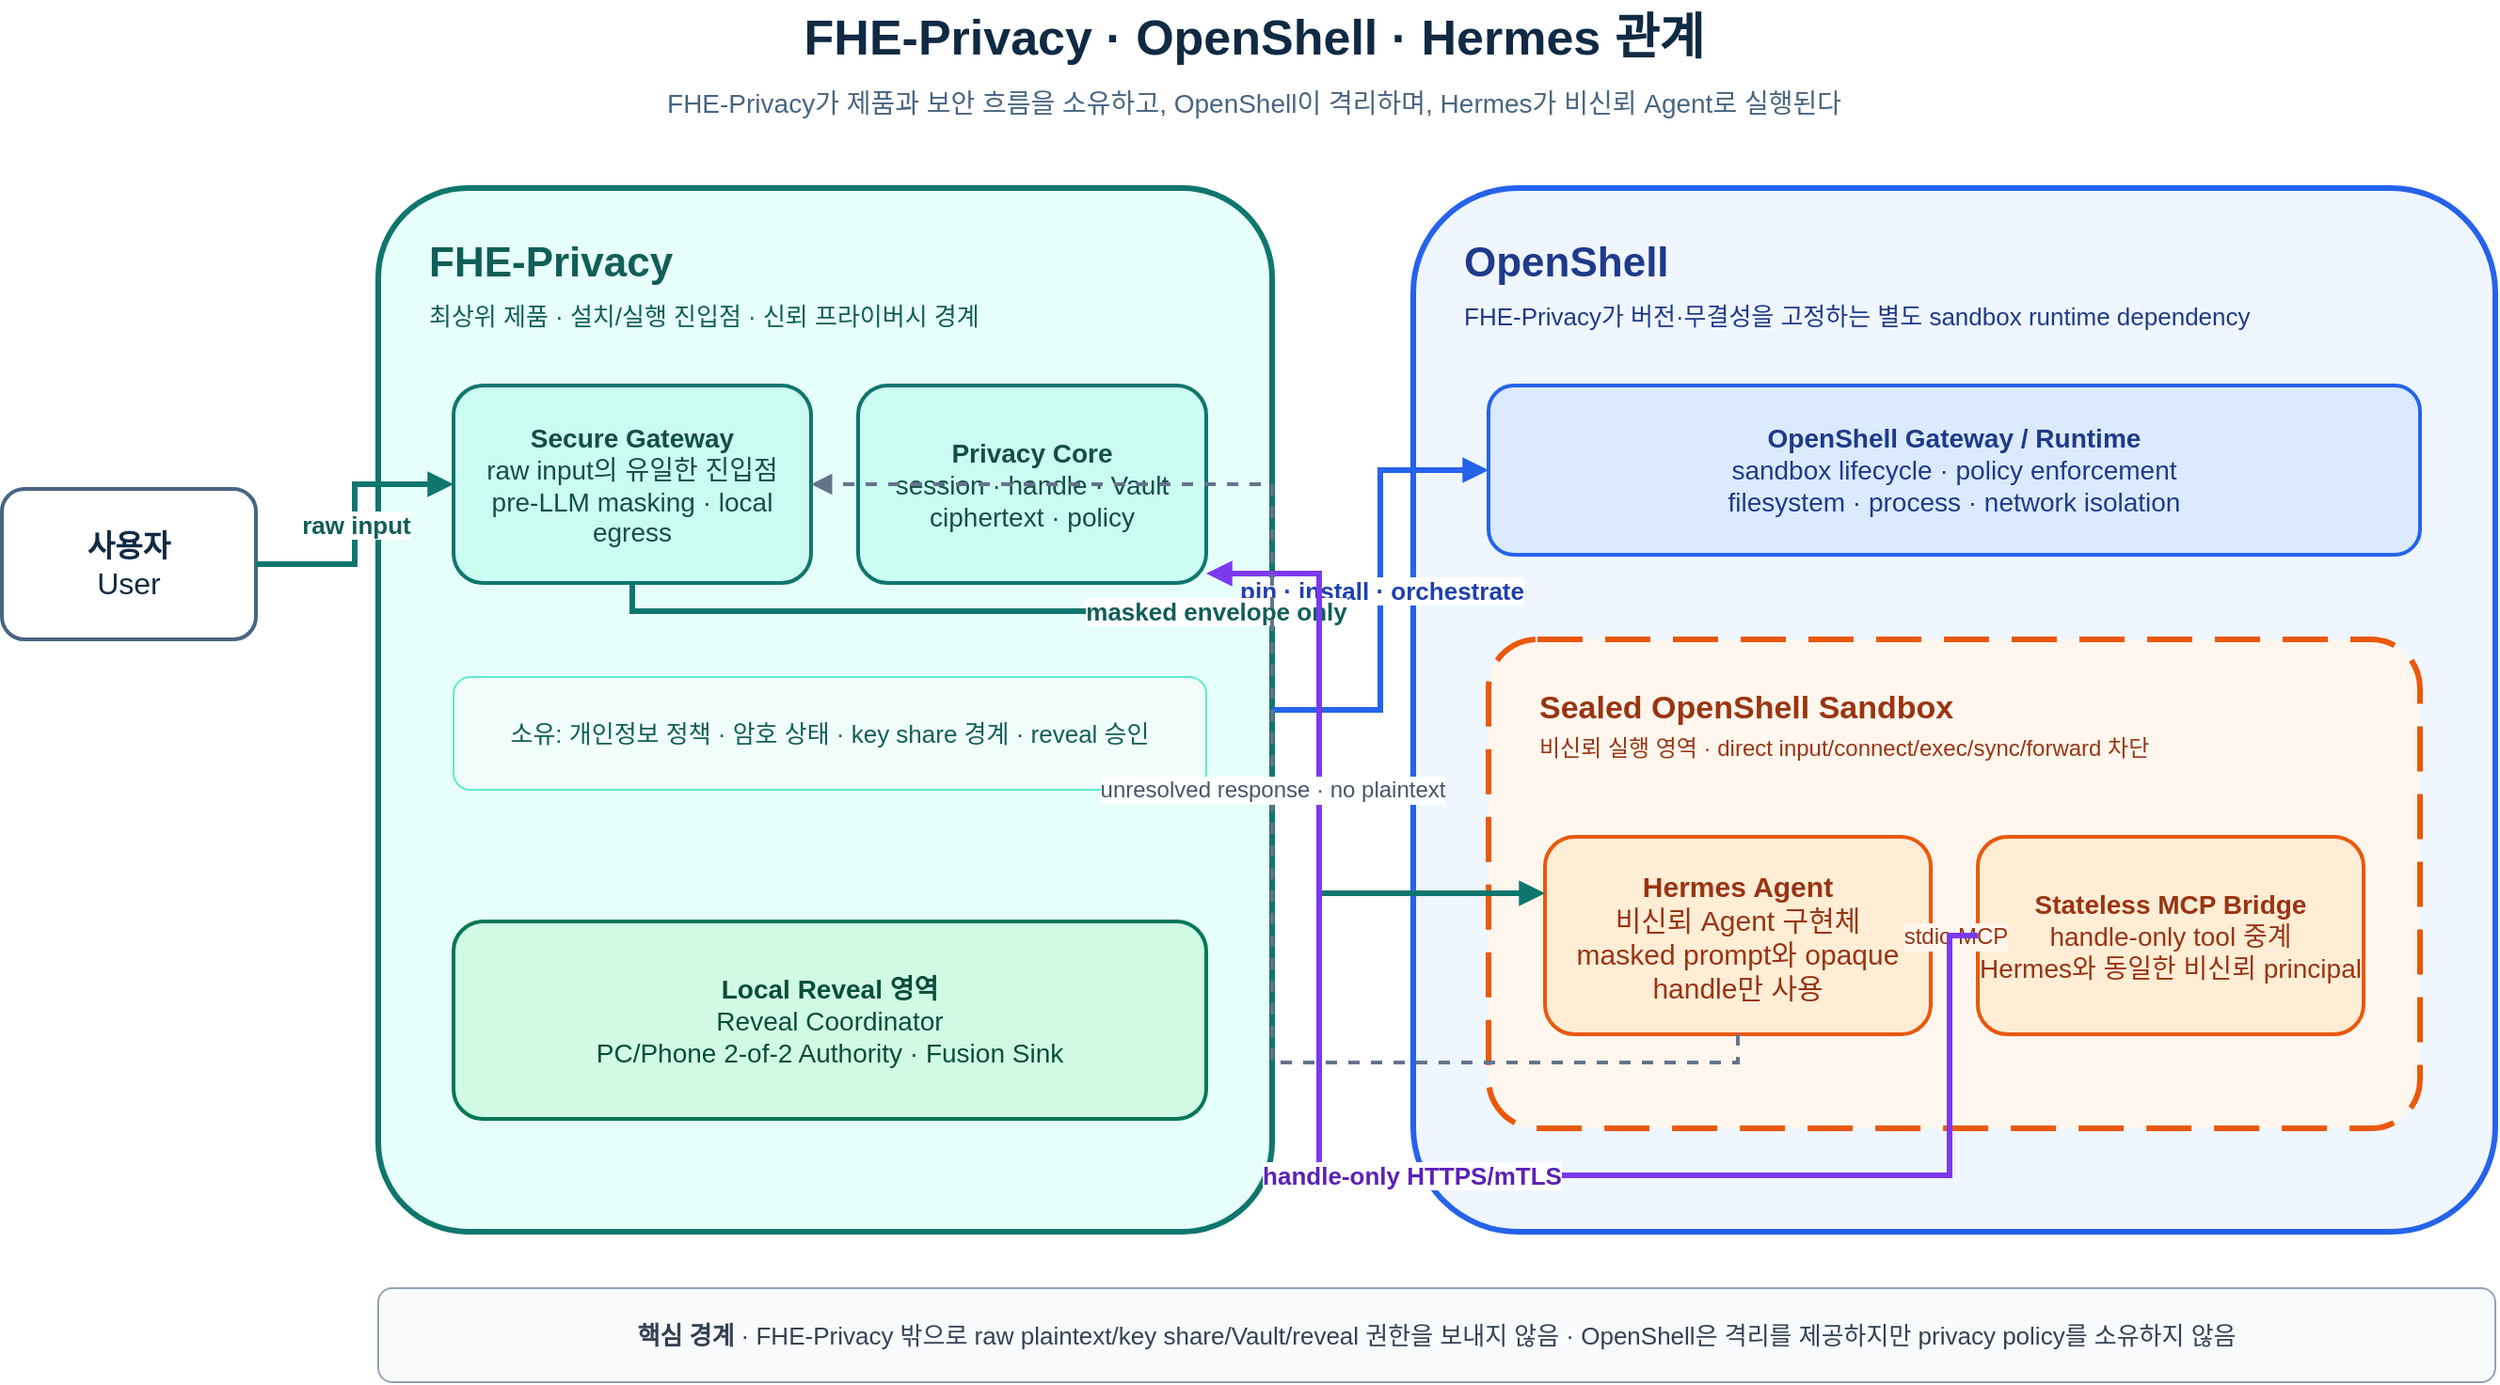
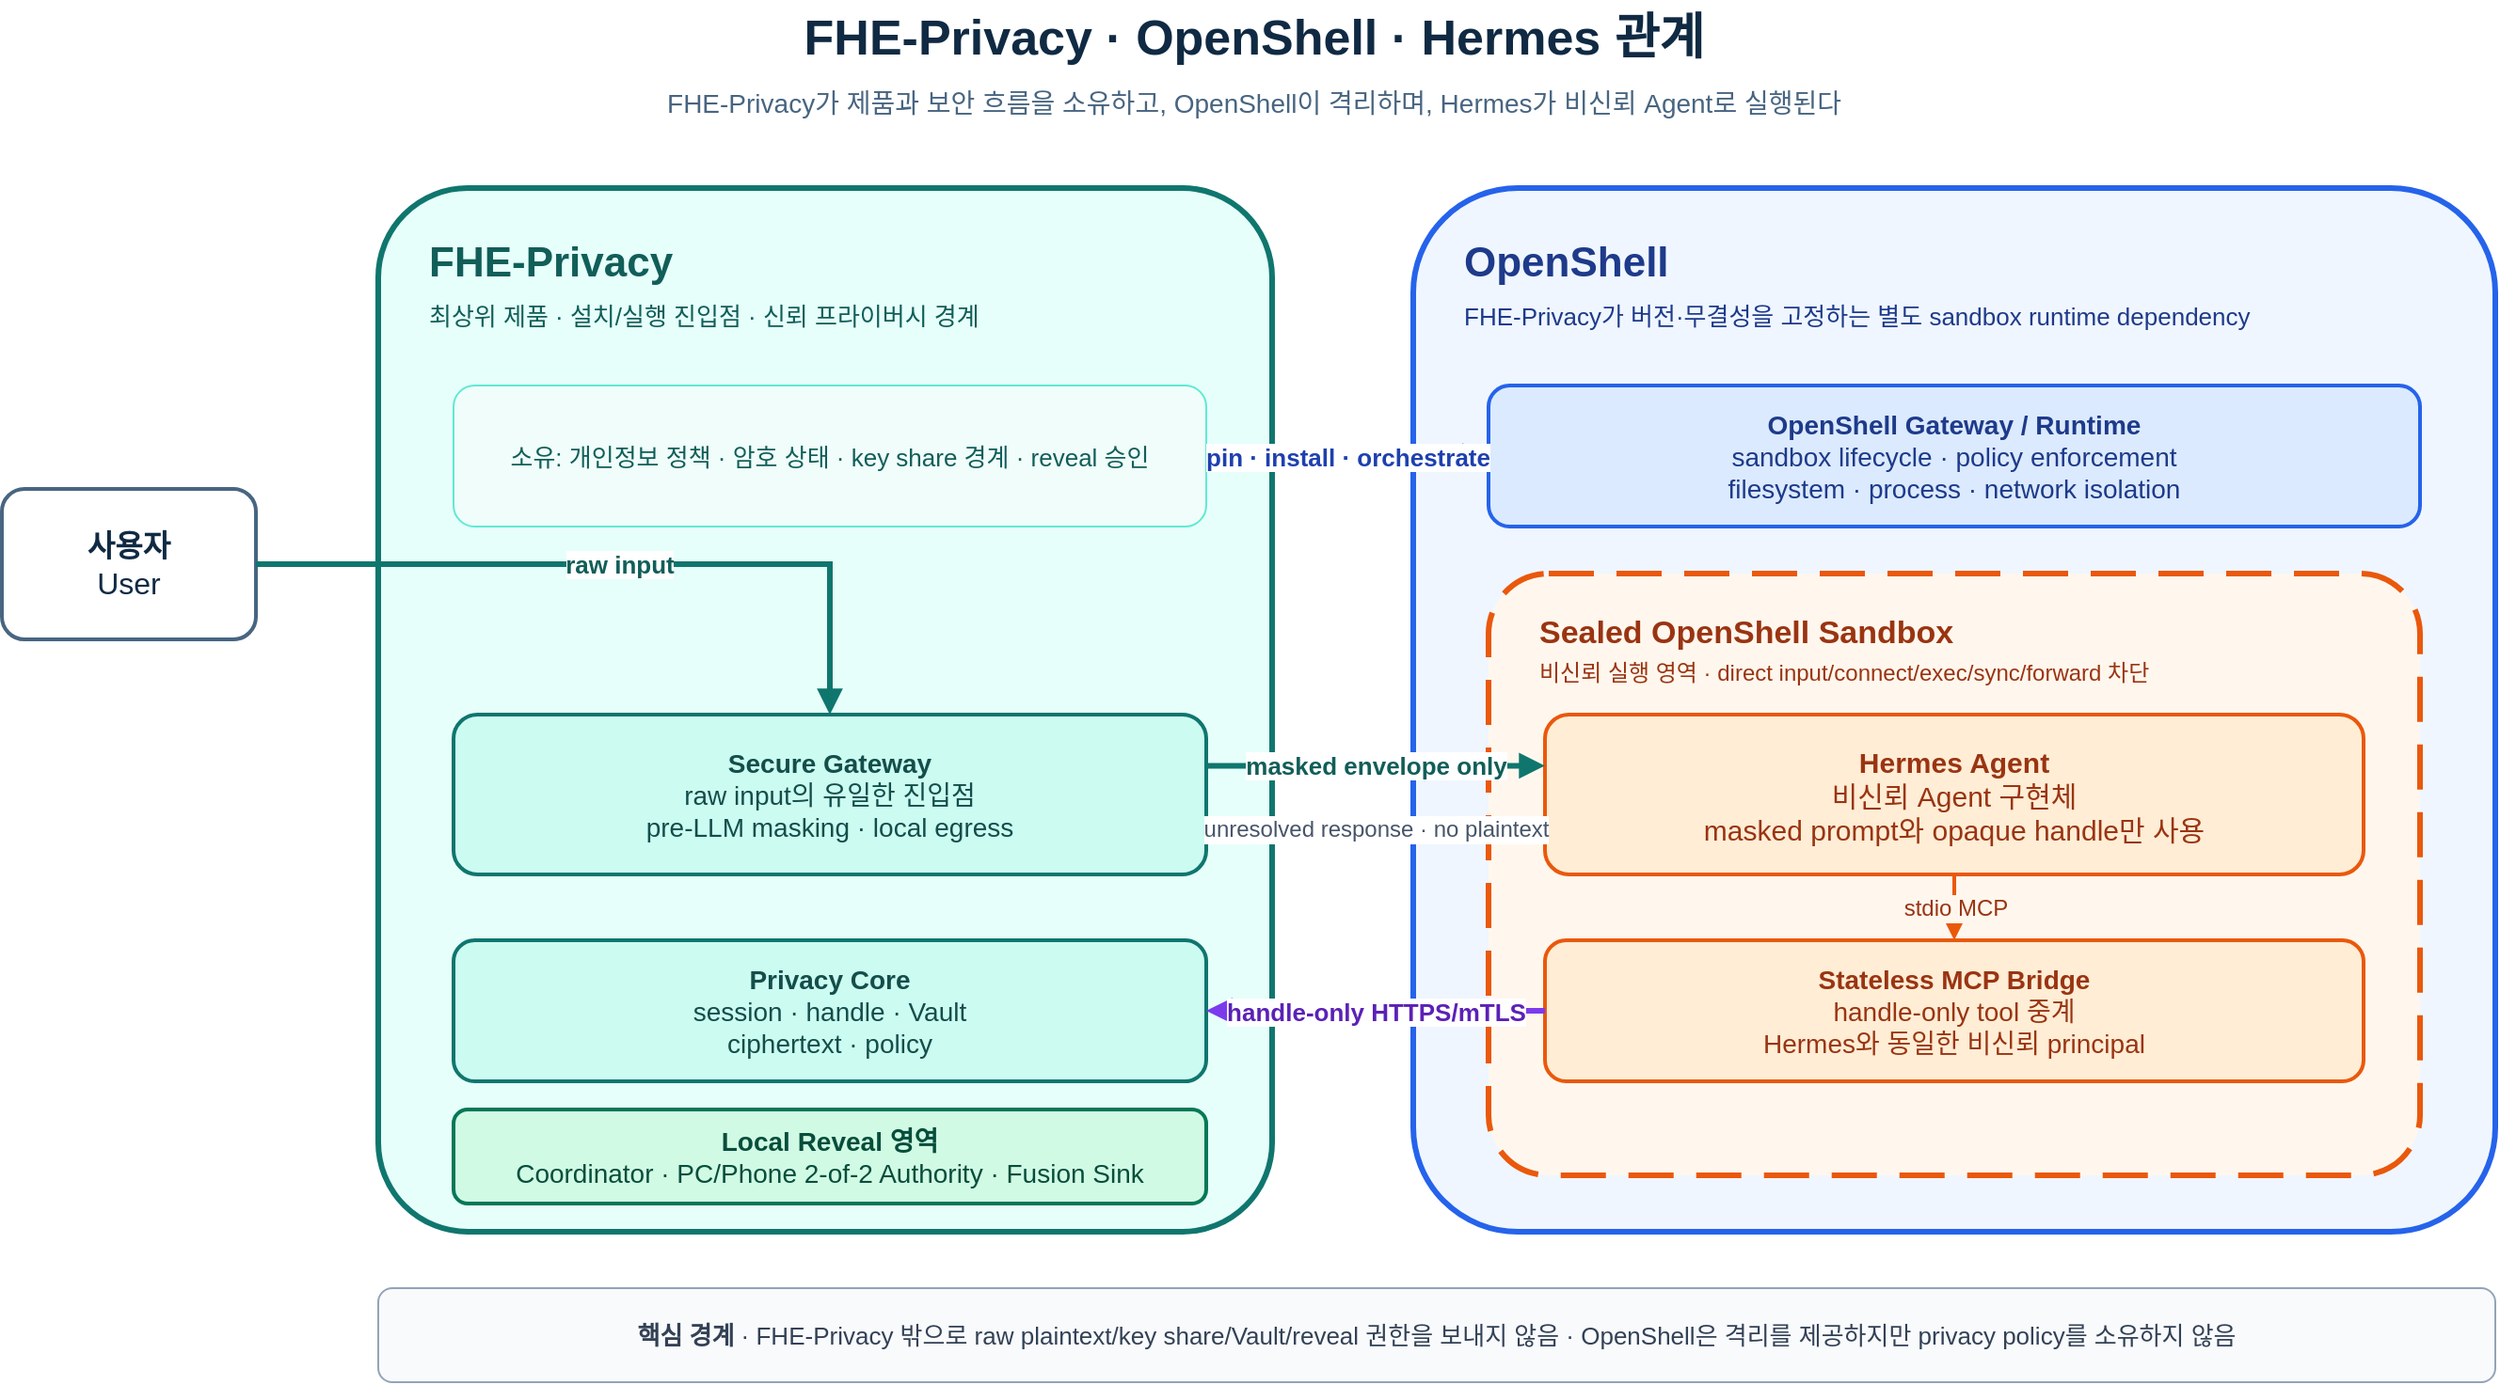
<mxfile host="app.diagrams.net" modified="2026-07-14T00:00:00.000Z" agent="Codex" version="24.7.17">
  <diagram id="product-runtime-relationship" name="Product Runtime Relationship">
    <mxGraphModel dx="1422" dy="794" grid="1" gridSize="10" guides="1" tooltips="1" connect="1" arrows="1" fold="1" page="1" pageScale="1" pageWidth="1400" pageHeight="800" math="0" shadow="0">
      <root>
        <mxCell id="0" />
        <mxCell id="1" parent="0" />

        <mxCell id="title" value="FHE-Privacy · OpenShell · Hermes 관계" style="text;html=1;strokeColor=none;fillColor=none;align=center;verticalAlign=middle;fontSize=26;fontStyle=1;fontColor=#102A43;" vertex="1" parent="1">
          <mxGeometry x="260" y="25" width="880" height="40" as="geometry" />
        </mxCell>
        <mxCell id="subtitle" value="FHE-Privacy가 제품과 보안 흐름을 소유하고, OpenShell이 격리하며, Hermes가 비신뢰 Agent로 실행된다" style="text;html=1;strokeColor=none;fillColor=none;align=center;verticalAlign=middle;fontSize=14;fontColor=#486581;" vertex="1" parent="1">
          <mxGeometry x="230" y="65" width="940" height="30" as="geometry" />
        </mxCell>

        <mxCell id="user" value="&lt;b&gt;사용자&lt;/b&gt;&lt;br&gt;User" style="rounded=1;whiteSpace=wrap;html=1;fillColor=#FFFFFF;strokeColor=#486581;strokeWidth=2;fontSize=16;fontColor=#102A43;" vertex="1" parent="1">
          <mxGeometry x="35" y="285" width="135" height="80" as="geometry" />
        </mxCell>

        <mxCell id="fhe_boundary" value="" style="rounded=1;whiteSpace=wrap;html=1;fillColor=#E6FFFA;strokeColor=#0F766E;strokeWidth=3;dashed=0;arcSize=10;" vertex="1" parent="1">
          <mxGeometry x="235" y="125" width="475" height="555" as="geometry" />
        </mxCell>
        <mxCell id="fhe_title" value="&lt;b&gt;FHE-Privacy&lt;/b&gt;&lt;br&gt;&lt;font style=&quot;font-size: 13px;&quot;&gt;최상위 제품 · 설치/실행 진입점 · 신뢰 프라이버시 경계&lt;/font&gt;" style="text;html=1;strokeColor=none;fillColor=none;align=left;verticalAlign=top;fontSize=22;fontColor=#115E59;" vertex="1" parent="1">
          <mxGeometry x="260" y="145" width="425" height="60" as="geometry" />
        </mxCell>
        <mxCell id="gateway" value="&lt;b&gt;Secure Gateway&lt;/b&gt;&lt;br&gt;raw input의 유일한 진입점&lt;br&gt;pre-LLM masking · local egress" style="rounded=1;whiteSpace=wrap;html=1;fillColor=#CCFBF1;strokeColor=#0F766E;strokeWidth=2;fontSize=14;fontColor=#134E4A;" vertex="1" parent="1">
-           <mxGeometry x="275" y="230" width="190" height="105" as="geometry" />
+           <mxGeometry x="275" y="405" width="400" height="85" as="geometry" />
        </mxCell>
        <mxCell id="core" value="&lt;b&gt;Privacy Core&lt;/b&gt;&lt;br&gt;session · handle · Vault&lt;br&gt;ciphertext · policy" style="rounded=1;whiteSpace=wrap;html=1;fillColor=#CCFBF1;strokeColor=#0F766E;strokeWidth=2;fontSize=14;fontColor=#134E4A;" vertex="1" parent="1">
-           <mxGeometry x="490" y="230" width="185" height="105" as="geometry" />
+           <mxGeometry x="275" y="525" width="400" height="75" as="geometry" />
        </mxCell>
-         <mxCell id="reveal" value="&lt;b&gt;Local Reveal 영역&lt;/b&gt;&lt;br&gt;Reveal Coordinator&lt;br&gt;PC/Phone 2-of-2 Authority · Fusion Sink" style="rounded=1;whiteSpace=wrap;html=1;fillColor=#D1FAE5;strokeColor=#047857;strokeWidth=2;fontSize=14;fontColor=#064E3B;" vertex="1" parent="1">
-           <mxGeometry x="275" y="515" width="400" height="105" as="geometry" />
+         <mxCell id="reveal" value="&lt;b&gt;Local Reveal 영역&lt;/b&gt;&lt;br&gt;Coordinator · PC/Phone 2-of-2 Authority · Fusion Sink" style="rounded=1;whiteSpace=wrap;html=1;fillColor=#D1FAE5;strokeColor=#047857;strokeWidth=2;fontSize=14;fontColor=#064E3B;" vertex="1" parent="1">
+           <mxGeometry x="275" y="615" width="400" height="50" as="geometry" />
        </mxCell>
        <mxCell id="fhe_owns" value="소유: 개인정보 정책 · 암호 상태 · key share 경계 · reveal 승인" style="rounded=1;whiteSpace=wrap;html=1;fillColor=#F0FDFA;strokeColor=#5EEAD4;strokeWidth=1;fontSize=13;fontColor=#115E59;align=center;" vertex="1" parent="1">
-           <mxGeometry x="275" y="385" width="400" height="60" as="geometry" />
+           <mxGeometry x="275" y="230" width="400" height="75" as="geometry" />
        </mxCell>

        <mxCell id="openshell_boundary" value="" style="rounded=1;whiteSpace=wrap;html=1;fillColor=#EFF6FF;strokeColor=#2563EB;strokeWidth=3;arcSize=10;" vertex="1" parent="1">
          <mxGeometry x="785" y="125" width="575" height="555" as="geometry" />
        </mxCell>
        <mxCell id="openshell_title" value="&lt;b&gt;OpenShell&lt;/b&gt;&lt;br&gt;&lt;font style=&quot;font-size: 13px;&quot;&gt;FHE-Privacy가 버전·무결성을 고정하는 별도 sandbox runtime dependency&lt;/font&gt;" style="text;html=1;strokeColor=none;fillColor=none;align=left;verticalAlign=top;fontSize=22;fontColor=#1E3A8A;" vertex="1" parent="1">
          <mxGeometry x="810" y="145" width="520" height="60" as="geometry" />
        </mxCell>
        <mxCell id="openshell_gateway" value="&lt;b&gt;OpenShell Gateway / Runtime&lt;/b&gt;&lt;br&gt;sandbox lifecycle · policy enforcement&lt;br&gt;filesystem · process · network isolation" style="rounded=1;whiteSpace=wrap;html=1;fillColor=#DBEAFE;strokeColor=#2563EB;strokeWidth=2;fontSize=14;fontColor=#1E3A8A;" vertex="1" parent="1">
-           <mxGeometry x="825" y="230" width="495" height="90" as="geometry" />
+           <mxGeometry x="825" y="230" width="495" height="75" as="geometry" />
        </mxCell>

        <mxCell id="sandbox_boundary" value="" style="rounded=1;whiteSpace=wrap;html=1;fillColor=#FFF7ED;strokeColor=#EA580C;strokeWidth=3;dashed=1;dashPattern=8 4;arcSize=10;" vertex="1" parent="1">
-           <mxGeometry x="825" y="365" width="495" height="260" as="geometry" />
+           <mxGeometry x="825" y="330" width="495" height="320" as="geometry" />
        </mxCell>
        <mxCell id="sandbox_title" value="&lt;b&gt;Sealed OpenShell Sandbox&lt;/b&gt;&lt;br&gt;&lt;font style=&quot;font-size: 12px;&quot;&gt;비신뢰 실행 영역 · direct input/connect/exec/sync/forward 차단&lt;/font&gt;" style="text;html=1;strokeColor=none;fillColor=none;align=left;verticalAlign=top;fontSize=17;fontColor=#9A3412;" vertex="1" parent="1">
-           <mxGeometry x="850" y="385" width="445" height="55" as="geometry" />
+           <mxGeometry x="850" y="345" width="445" height="45" as="geometry" />
        </mxCell>
        <mxCell id="hermes" value="&lt;b&gt;Hermes Agent&lt;/b&gt;&lt;br&gt;비신뢰 Agent 구현체&lt;br&gt;masked prompt와 opaque handle만 사용" style="rounded=1;whiteSpace=wrap;html=1;fillColor=#FFEDD5;strokeColor=#EA580C;strokeWidth=2;fontSize=15;fontColor=#9A3412;" vertex="1" parent="1">
-           <mxGeometry x="855" y="470" width="205" height="105" as="geometry" />
+           <mxGeometry x="855" y="405" width="435" height="85" as="geometry" />
        </mxCell>
        <mxCell id="bridge" value="&lt;b&gt;Stateless MCP Bridge&lt;/b&gt;&lt;br&gt;handle-only tool 중계&lt;br&gt;Hermes와 동일한 비신뢰 principal" style="rounded=1;whiteSpace=wrap;html=1;fillColor=#FFEDD5;strokeColor=#EA580C;strokeWidth=2;fontSize=14;fontColor=#9A3412;" vertex="1" parent="1">
-           <mxGeometry x="1085" y="470" width="205" height="105" as="geometry" />
+           <mxGeometry x="855" y="525" width="435" height="75" as="geometry" />
        </mxCell>

        <mxCell id="user_to_gateway" value="raw input" style="edgeStyle=orthogonalEdgeStyle;rounded=0;orthogonalLoop=1;jettySize=auto;html=1;strokeColor=#0F766E;strokeWidth=3;endArrow=block;endFill=1;fontSize=13;fontStyle=1;fontColor=#115E59;labelBackgroundColor=#FFFFFF;" edge="1" parent="1" source="user" target="gateway">
          <mxGeometry relative="1" as="geometry" />
        </mxCell>
-         <mxCell id="fhe_to_openshell" value="pin · install · orchestrate" style="edgeStyle=orthogonalEdgeStyle;rounded=0;orthogonalLoop=1;jettySize=auto;html=1;strokeColor=#2563EB;strokeWidth=3;endArrow=block;endFill=1;fontSize=13;fontStyle=1;fontColor=#1E40AF;labelBackgroundColor=#FFFFFF;" edge="1" parent="1" source="fhe_boundary" target="openshell_gateway">
-           <mxGeometry relative="1" as="geometry">
-             <mxPoint x="745" y="265" as="sourcePoint" />
-           </mxGeometry>
-         </mxCell>
-         <mxCell id="gateway_to_hermes" value="masked envelope only" style="edgeStyle=orthogonalEdgeStyle;rounded=0;orthogonalLoop=1;jettySize=auto;html=1;strokeColor=#0F766E;strokeWidth=3;endArrow=block;endFill=1;fontSize=13;fontStyle=1;fontColor=#115E59;labelBackgroundColor=#FFFFFF;" edge="1" parent="1" source="gateway" target="hermes">
-           <mxGeometry relative="1" as="geometry">
-             <Array as="points">
-               <mxPoint x="735" y="350" />
-               <mxPoint x="735" y="500" />
-             </Array>
-           </mxGeometry>
-         </mxCell>
-         <mxCell id="hermes_to_bridge" value="stdio MCP" style="edgeStyle=orthogonalEdgeStyle;rounded=0;orthogonalLoop=1;jettySize=auto;html=1;strokeColor=#EA580C;strokeWidth=2;endArrow=block;endFill=1;fontSize=12;fontColor=#9A3412;labelBackgroundColor=#FFF7ED;" edge="1" parent="1" source="hermes" target="bridge">
+         <mxCell id="fhe_to_openshell" value="pin · install · orchestrate" style="edgeStyle=orthogonalEdgeStyle;rounded=0;orthogonalLoop=1;jettySize=auto;html=1;exitX=1;exitY=0.5;entryX=0;entryY=0.5;strokeColor=#2563EB;strokeWidth=3;endArrow=block;endFill=1;fontSize=13;fontStyle=1;fontColor=#1E40AF;labelBackgroundColor=#FFFFFF;" edge="1" parent="1" source="fhe_owns" target="openshell_gateway">
          <mxGeometry relative="1" as="geometry" />
        </mxCell>
-         <mxCell id="bridge_to_core" value="handle-only HTTPS/mTLS" style="edgeStyle=orthogonalEdgeStyle;rounded=0;orthogonalLoop=1;jettySize=auto;html=1;strokeColor=#7C3AED;strokeWidth=3;endArrow=block;endFill=1;fontSize=13;fontStyle=1;fontColor=#5B21B6;labelBackgroundColor=#FFFFFF;" edge="1" parent="1" source="bridge" target="core">
-           <mxGeometry relative="1" as="geometry">
-             <Array as="points">
-               <mxPoint x="1070" y="650" />
-               <mxPoint x="735" y="650" />
-               <mxPoint x="735" y="330" />
-             </Array>
-           </mxGeometry>
+         <mxCell id="gateway_to_hermes" value="masked envelope only" style="edgeStyle=orthogonalEdgeStyle;rounded=0;orthogonalLoop=1;jettySize=auto;html=1;exitX=1;exitY=0.32;entryX=0;entryY=0.32;strokeColor=#0F766E;strokeWidth=3;endArrow=block;endFill=1;fontSize=13;fontStyle=1;fontColor=#115E59;labelBackgroundColor=#FFFFFF;" edge="1" parent="1" source="gateway" target="hermes">
+           <mxGeometry relative="1" as="geometry" />
        </mxCell>
-         <mxCell id="response_to_gateway" value="unresolved response · no plaintext" style="edgeStyle=orthogonalEdgeStyle;rounded=0;orthogonalLoop=1;jettySize=auto;html=1;strokeColor=#64748B;strokeWidth=2;dashed=1;endArrow=block;endFill=1;fontSize=12;fontColor=#475569;labelBackgroundColor=#FFFFFF;" edge="1" parent="1" source="hermes" target="gateway">
-           <mxGeometry relative="1" as="geometry">
-             <Array as="points">
-               <mxPoint x="770" y="590" />
-               <mxPoint x="710" y="590" />
-               <mxPoint x="710" y="365" />
-             </Array>
-           </mxGeometry>
+         <mxCell id="hermes_to_bridge" value="stdio MCP" style="edgeStyle=orthogonalEdgeStyle;rounded=0;orthogonalLoop=1;jettySize=auto;html=1;exitX=0.5;exitY=1;entryX=0.5;entryY=0;strokeColor=#EA580C;strokeWidth=2;endArrow=block;endFill=1;fontSize=12;fontColor=#9A3412;labelBackgroundColor=#FFF7ED;" edge="1" parent="1" source="hermes" target="bridge">
+           <mxGeometry relative="1" as="geometry" />
+         </mxCell>
+         <mxCell id="bridge_to_core" value="handle-only HTTPS/mTLS" style="edgeStyle=orthogonalEdgeStyle;rounded=0;orthogonalLoop=1;jettySize=auto;html=1;exitX=0;exitY=0.5;entryX=1;entryY=0.5;strokeColor=#7C3AED;strokeWidth=3;endArrow=block;endFill=1;fontSize=13;fontStyle=1;fontColor=#5B21B6;labelBackgroundColor=#FFFFFF;" edge="1" parent="1" source="bridge" target="core">
+           <mxGeometry relative="1" as="geometry" />
+         </mxCell>
+         <mxCell id="response_to_gateway" value="unresolved response · no plaintext" style="edgeStyle=orthogonalEdgeStyle;rounded=0;orthogonalLoop=1;jettySize=auto;html=1;exitX=0;exitY=0.72;entryX=1;entryY=0.72;strokeColor=#64748B;strokeWidth=2;dashed=1;endArrow=block;endFill=1;fontSize=12;fontColor=#475569;labelBackgroundColor=#FFFFFF;" edge="1" parent="1" source="hermes" target="gateway">
+           <mxGeometry relative="1" as="geometry" />
        </mxCell>

        <mxCell id="legend" value="&lt;b&gt;핵심 경계&lt;/b&gt;  ·  FHE-Privacy 밖으로 raw plaintext/key share/Vault/reveal 권한을 보내지 않음  ·  OpenShell은 격리를 제공하지만 privacy policy를 소유하지 않음" style="rounded=1;whiteSpace=wrap;html=1;fillColor=#F8FAFC;strokeColor=#94A3B8;strokeWidth=1;fontSize=13;fontColor=#334155;align=center;" vertex="1" parent="1">
          <mxGeometry x="235" y="710" width="1125" height="50" as="geometry" />
        </mxCell>
      </root>
    </mxGraphModel>
  </diagram>
</mxfile>
